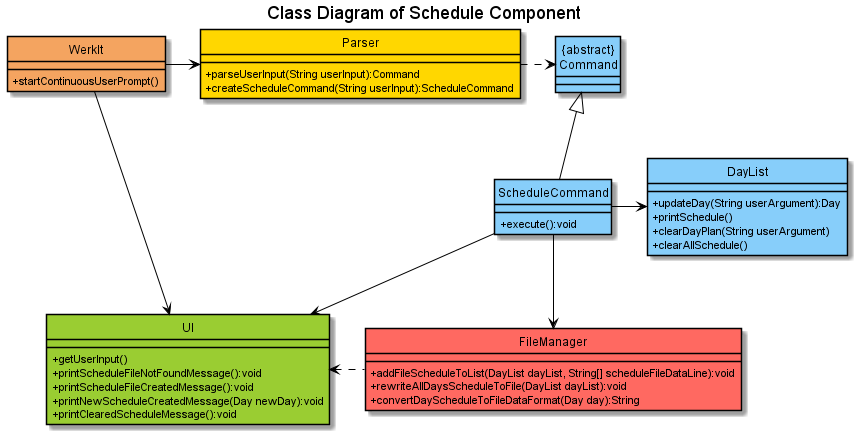
The PlantUML diagram docs/uml/classDiagrams/images/scheduleComponent.png in nus-cs2113-AY2122S2/tp, before a commit.
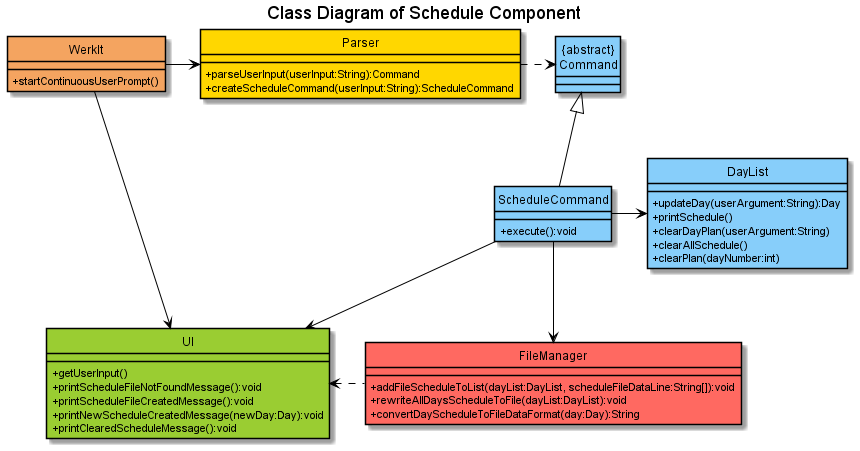
The same diagram one commit later.

Commit message:
modify sequence diagram

Diff of the diagram source:
```diff
@@ -21,16 +21,17 @@
 }
 
 class DayList COLOR_LOGIC {
-+ updateDay(String userArgument):Day
++ updateDay(userArgument:String):Day
 + printSchedule()
-+ clearDayPlan(String userArgument)
++ clearDayPlan(userArgument:String)
 + clearAllSchedule()
++ clearPlan(dayNumber:int)
 }
 
 class FileManager COLOR_STORAGE {
-+ addFileScheduleToList(DayList dayList, String[] scheduleFileDataLine):void
-+ rewriteAllDaysScheduleToFile(DayList dayList):void
-+ convertDayScheduleToFileDataFormat(Day day):String
++ addFileScheduleToList(dayList:DayList, scheduleFileDataLine:String[]):void
++ rewriteAllDaysScheduleToFile(dayList:DayList):void
++ convertDayScheduleToFileDataFormat(day:Day):String
 }
 
 class "{abstract}\nCommand" COLOR_LOGIC {
@@ -46,13 +47,13 @@
 + getUserInput()
 + printScheduleFileNotFoundMessage():void
 + printScheduleFileCreatedMessage():void
-+ printNewScheduleCreatedMessage(Day newDay):void
++ printNewScheduleCreatedMessage(newDay:Day):void
 + printClearedScheduleMessage():void
 }
 
 class Parser COLOR_PARSER {
-+ parseUserInput(String userInput):Command
-+ createScheduleCommand(String userInput):ScheduleCommand
++ parseUserInput(userInput:String):Command
++ createScheduleCommand(userInput:String):ScheduleCommand
 }
 
 
```
